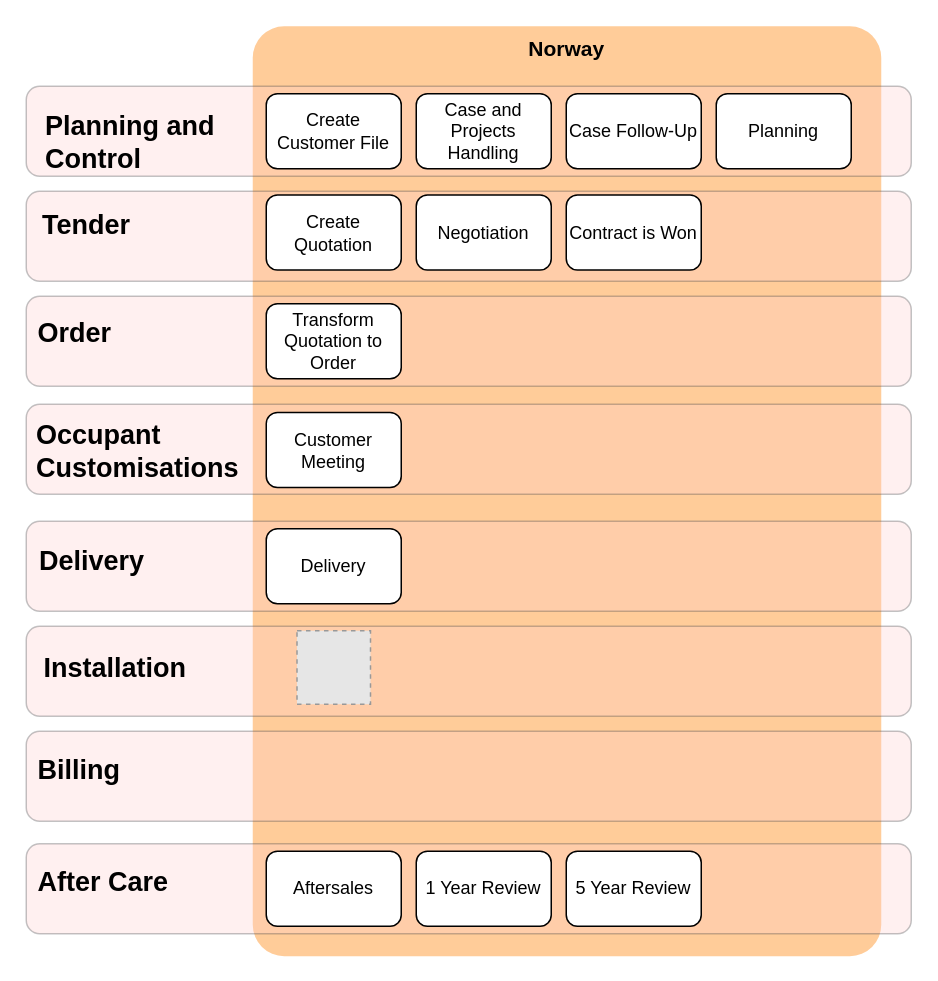
Before: page "Project Norway" (4 of 10) of Commercial Model.drawio in mrf742002/Diagrams, a draw.io diagram. Source tidied: cells renumbered, new cells numbered last; positions are measured from the earlier drawing's top-left corner, leaving out a move shared by most shapes. Both pictures are drawn from the tidied source at 150%, with x=0, y=0 at pixel (26, 26). Pictures stored in the file or linked from it are replaced by grey dashed boxes.
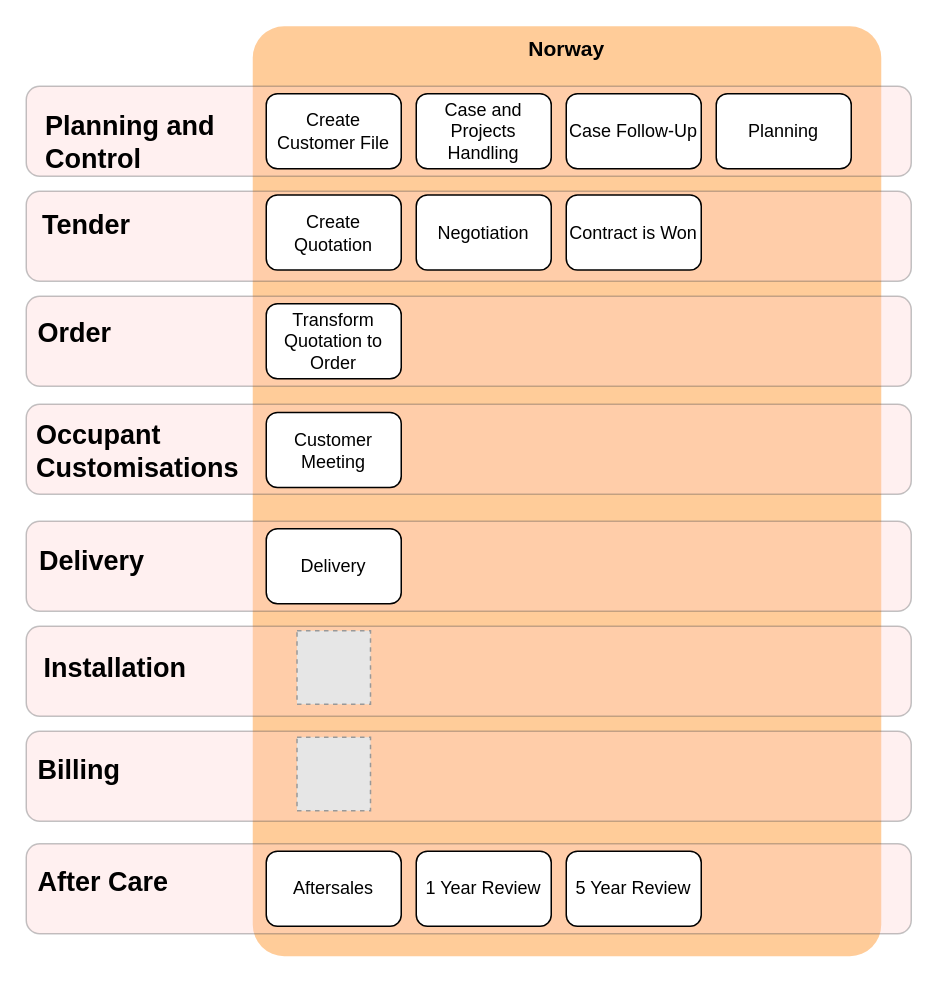
After the change.

Change to the diagram source:
```diff
@@
+    <mxCell id="33" style="fillColor=#E6E6E6;strokeColor=#999999;dashed=1;html=1;verticalAlign=top;verticalLabelPosition=bottom;labelBackgroundColor=#ffffff;align=left;" parent="1" vertex="1">
+      <mxGeometry x="180.5" y="474" width="49" height="49" as="geometry" />
+    </mxCell>
```
